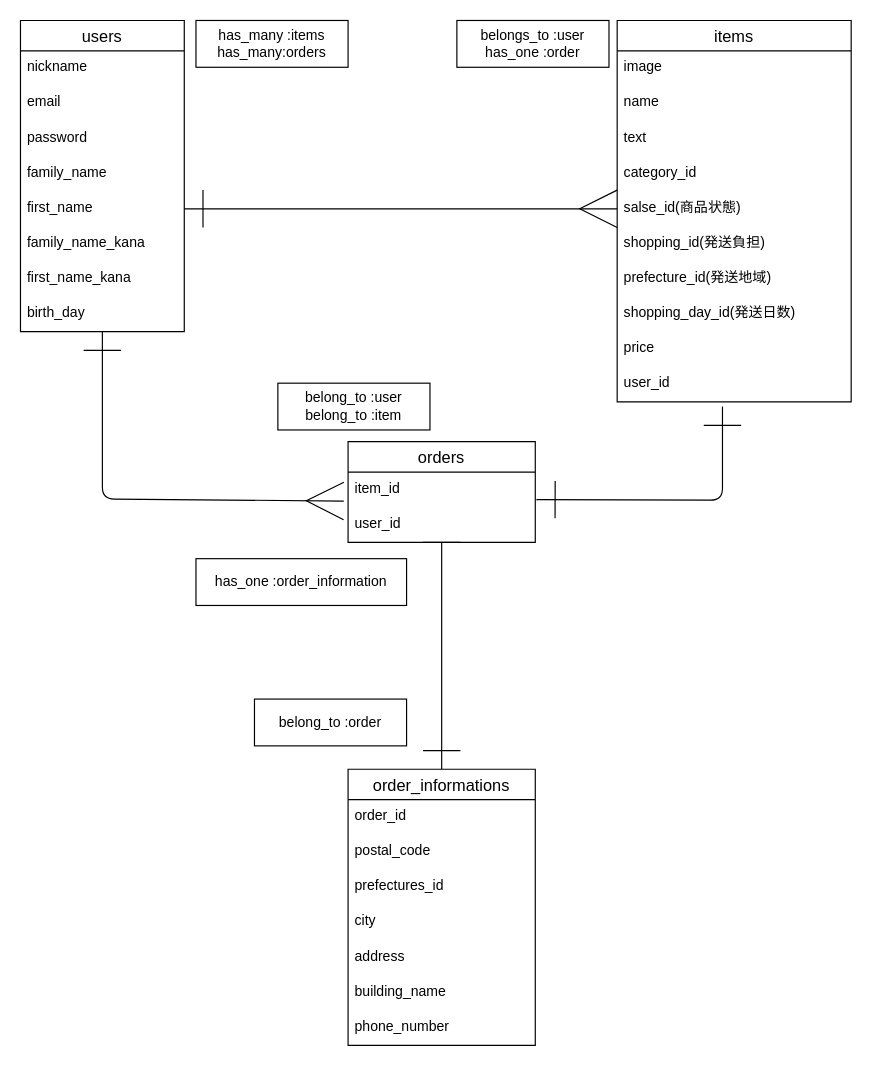
Earlier version of the draw.io diagram .dio (gtn-74/furima-39277). Source tidied: cells renumbered, new cells numbered last; positions are measured from the earlier drawing's top-left corner, leaving out a move shared by most shapes. Both pictures are drawn from the tidied source at 117%, with x=0, y=0 at pixel (20, 20).
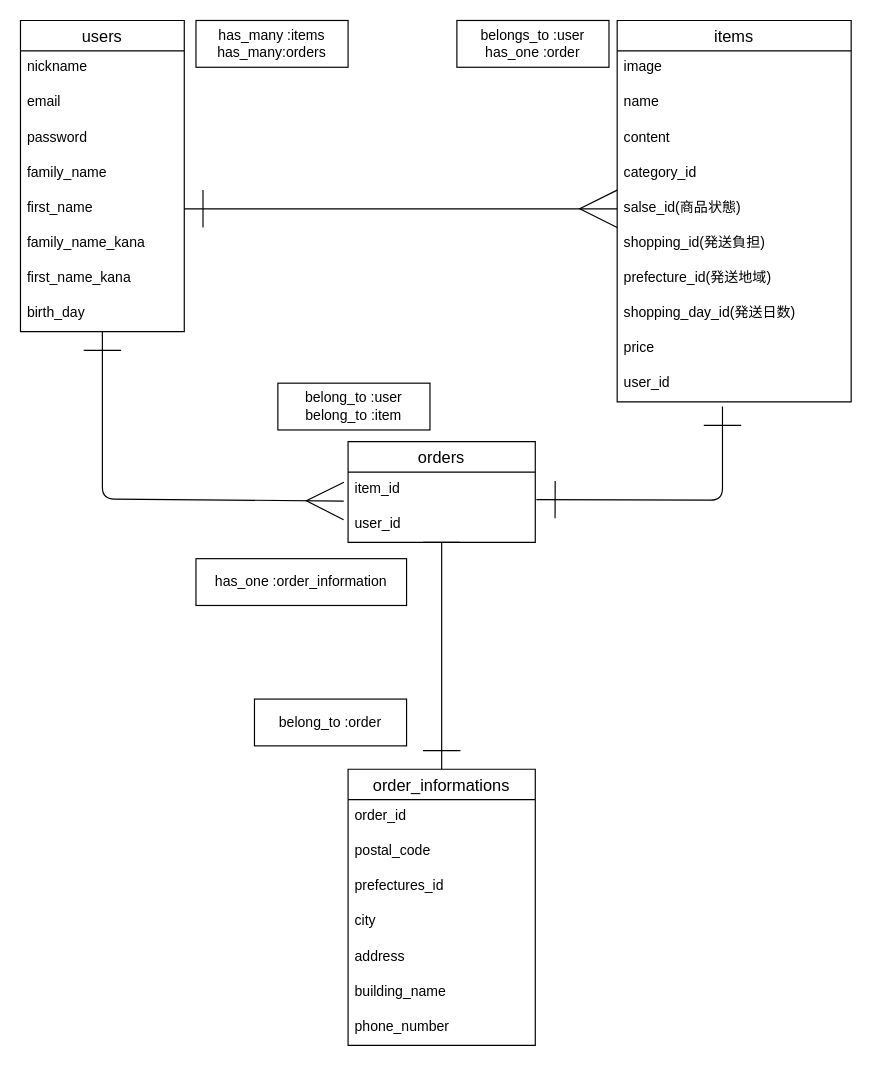
Above is the later version.

Unchanged cells that the change refers to:
```xml
<mxCell id="13" value="items" style="swimlane;fontStyle=0;horizontal=1;startSize=26;align=center;fontSize=14;" parent="1" vertex="1">
  <mxGeometry x="510" width="200" height="326" as="geometry" />
</mxCell>
```

Diff of the diagram source:
```diff
@@
-    <mxCell id="16" value="text" style="text;strokeColor=none;fillColor=none;spacingLeft=4;spacingRight=4;overflow=hidden;fontSize=12;" parent="13" vertex="1">
+    <mxCell id="16" value="content" style="text;strokeColor=none;fillColor=none;spacingLeft=4;spacingRight=4;overflow=hidden;fontSize=12;" parent="13" vertex="1">
       <mxGeometry y="86" width="200" height="30" as="geometry" />
     </mxCell>
```
